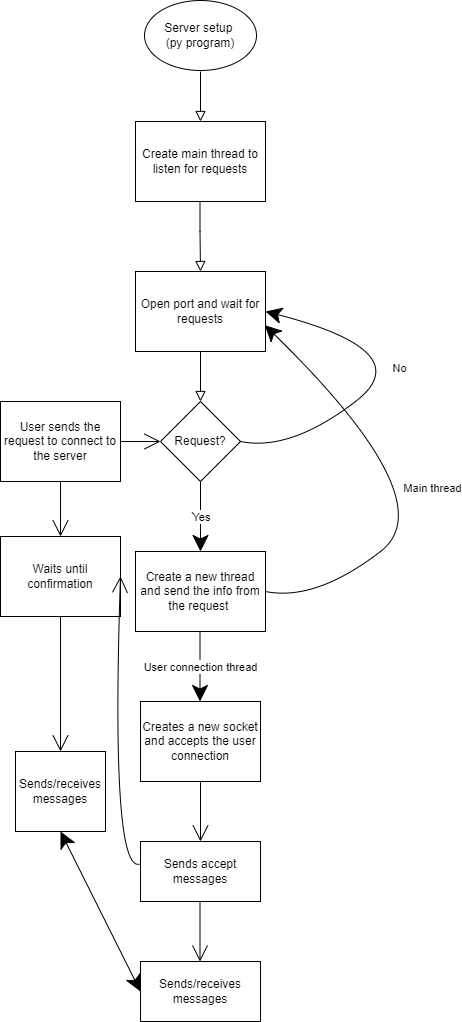
Above: CS484_proj2_flowchart.png in cd2323/hello-world (draw.io), before the change. Source tidied: cells renumbered, new cells last; positions are measured from the earlier drawing's top-left corner, leaving out a move shared by most shapes. The source it was exported from:
```xml
<mxGraphModel>
  <root>
    <mxCell id="0" />
    <mxCell id="1" parent="0" />
    <mxCell id="2" style="rounded=0;html=1;jettySize=auto;orthogonalLoop=1;fontSize=11;endArrow=block;endFill=0;endSize=8;strokeWidth=1;shadow=0;labelBackgroundColor=none;edgeStyle=orthogonalEdgeStyle;" parent="1" edge="1">
      <mxGeometry relative="1" as="geometry">
        <mxPoint x="200" y="71" as="sourcePoint" />
        <mxPoint x="200" y="121" as="targetPoint" />
      </mxGeometry>
    </mxCell>
    <mxCell id="3" value="No" style="edgeStyle=orthogonalEdgeStyle;rounded=0;html=1;jettySize=auto;fontSize=11;endArrow=block;endFill=0;endSize=8;strokeWidth=1;shadow=0;labelBackgroundColor=none;" parent="1" edge="1" target="x">
      <mxGeometry y="10" relative="1" as="geometry">
        <mxPoint x="250" y="161" as="sourcePoint" />
      </mxGeometry>
    </mxCell>
    <mxCell id="4" value="No" style="rounded=0;html=1;jettySize=auto;fontSize=11;endArrow=block;endFill=0;endSize=8;strokeWidth=1;shadow=0;labelBackgroundColor=none;edgeStyle=orthogonalEdgeStyle;" parent="1" edge="1" target="x">
      <mxGeometry x="0.33" y="20" relative="1" as="geometry">
        <mxPoint x="200" y="321" as="sourcePoint" />
      </mxGeometry>
    </mxCell>
    <mxCell id="5" value="Yes" style="edgeStyle=orthogonalEdgeStyle;rounded=0;html=1;jettySize=auto;fontSize=11;endArrow=block;endFill=0;endSize=8;strokeWidth=1;shadow=0;labelBackgroundColor=none;" parent="1" edge="1" source="x">
      <mxGeometry y="10" relative="1" as="geometry">
        <mxPoint x="300" y="281" as="targetPoint" />
      </mxGeometry>
    </mxCell>
    <mxCell id="6" value="Server setup &lt;br&gt;(py program)&lt;br&gt;" style="ellipse;whiteSpace=wrap;html=1;hachureGap=4;" parent="1" vertex="1">
      <mxGeometry x="144" width="112" height="70" as="geometry" />
    </mxCell>
    <mxCell id="7" value="Create main thread to listen for requests" style="rounded=0;whiteSpace=wrap;html=1;hachureGap=4;" parent="1" vertex="1">
      <mxGeometry x="135" y="121" width="130" height="80" as="geometry" />
    </mxCell>
    <mxCell id="8" style="rounded=0;html=1;jettySize=auto;orthogonalLoop=1;fontSize=11;endArrow=block;endFill=0;endSize=8;strokeWidth=1;shadow=0;labelBackgroundColor=none;edgeStyle=orthogonalEdgeStyle;" parent="1" edge="1">
      <mxGeometry relative="1" as="geometry">
        <mxPoint x="199.5" y="201" as="sourcePoint" />
        <mxPoint x="200" y="271" as="targetPoint" />
        <Array as="points">
          <mxPoint x="200" y="231" />
          <mxPoint x="200" y="231" />
        </Array>
      </mxGeometry>
    </mxCell>
    <mxCell id="9" value="Open port and wait for requests" style="rounded=0;whiteSpace=wrap;html=1;hachureGap=4;" parent="1" vertex="1">
      <mxGeometry x="135" y="271" width="130" height="80" as="geometry" />
    </mxCell>
    <mxCell id="10" value="Request?" style="rhombus;whiteSpace=wrap;html=1;hachureGap=4;" parent="1" vertex="1">
      <mxGeometry x="160" y="401" width="80" height="80" as="geometry" />
    </mxCell>
    <mxCell id="11" style="rounded=0;html=1;jettySize=auto;fontSize=11;endArrow=block;endFill=0;endSize=8;strokeWidth=1;shadow=0;labelBackgroundColor=none;edgeStyle=orthogonalEdgeStyle;entryX=0.5;entryY=0;entryDx=0;entryDy=0;" parent="1" edge="1" target="10">
      <mxGeometry relative="1" as="geometry">
        <mxPoint x="200" y="351" as="sourcePoint" />
      </mxGeometry>
    </mxCell>
    <mxCell id="12" style="endArrow=classic;html=1;rounded=0;startSize=14;endSize=14;sourcePerimeterSpacing=8;targetPerimeterSpacing=8;curved=1;entryX=1;entryY=0.5;entryDx=0;entryDy=0;exitX=1;exitY=0.5;exitDx=0;exitDy=0;" parent="1" edge="1" source="10" target="9">
      <mxGeometry relative="1" as="geometry">
        <Array as="points">
          <mxPoint x="290" y="451" />
          <mxPoint x="420" y="351" />
        </Array>
      </mxGeometry>
    </mxCell>
    <mxCell id="13" value="No" style="edgeLabel;html=1;align=center;verticalAlign=middle;hachureGap=4;" parent="12" vertex="1">
      <mxGeometry relative="1" as="geometry" />
    </mxCell>
    <mxCell id="14" value="Yes" style="endArrow=classic;html=1;rounded=0;startSize=14;endSize=14;sourcePerimeterSpacing=8;targetPerimeterSpacing=8;curved=1;exitX=0.5;exitY=1;exitDx=0;exitDy=0;" parent="1" edge="1" source="10">
      <mxGeometry relative="1" as="geometry">
        <mxPoint x="200" y="551" as="targetPoint" />
      </mxGeometry>
    </mxCell>
    <mxCell id="15" value="Yes" style="edgeLabel;html=1;align=center;verticalAlign=middle;hachureGap=4;" parent="14" vertex="1">
      <mxGeometry relative="1" as="geometry" />
    </mxCell>
    <mxCell id="16" value="Create a new thread and send the info from the request&amp;nbsp;" style="rounded=0;whiteSpace=wrap;html=1;hachureGap=4;" parent="1" vertex="1">
      <mxGeometry x="135" y="551" width="130" height="80" as="geometry" />
    </mxCell>
    <mxCell id="17" style="endArrow=classic;html=1;rounded=0;startSize=14;endSize=14;sourcePerimeterSpacing=8;targetPerimeterSpacing=8;curved=1;entryX=0.995;entryY=0.671;entryDx=0;entryDy=0;exitX=1;exitY=0.5;exitDx=0;exitDy=0;entryPerimeter=0;" parent="1" edge="1" target="9">
      <mxGeometry relative="1" as="geometry">
        <mxPoint x="265" y="591" as="sourcePoint" />
        <Array as="points">
          <mxPoint x="315" y="601" />
          <mxPoint x="445" y="501" />
        </Array>
      </mxGeometry>
    </mxCell>
    <mxCell id="18" value="Main thread" style="edgeLabel;html=1;align=center;verticalAlign=middle;hachureGap=4;" parent="17" vertex="1">
      <mxGeometry relative="1" as="geometry" />
    </mxCell>
    <mxCell id="19" value="Yes" style="endArrow=classic;html=1;rounded=0;startSize=14;endSize=14;sourcePerimeterSpacing=8;targetPerimeterSpacing=8;curved=1;exitX=0.5;exitY=1;exitDx=0;exitDy=0;" parent="1" edge="1">
      <mxGeometry relative="1" as="geometry">
        <mxPoint x="199.5" y="631" as="sourcePoint" />
        <mxPoint x="199.5" y="701" as="targetPoint" />
      </mxGeometry>
    </mxCell>
    <mxCell id="20" value="User connection thread" style="edgeLabel;html=1;align=center;verticalAlign=middle;hachureGap=4;" parent="19" vertex="1">
      <mxGeometry relative="1" as="geometry" />
    </mxCell>
    <mxCell id="21" value="User sends the request to connect to the server" style="rounded=0;whiteSpace=wrap;html=1;hachureGap=4;" parent="1" vertex="1">
      <mxGeometry y="401" width="120" height="80" as="geometry" />
    </mxCell>
    <mxCell id="22" style="edgeStyle=none;jettySize=auto;html=1;rounded=0;endArrow=open;startSize=14;endSize=14;sourcePerimeterSpacing=8;targetPerimeterSpacing=8;curved=1;entryX=0;entryY=0.5;entryDx=0;entryDy=0;exitX=1;exitY=0.5;exitDx=0;exitDy=0;" parent="1" edge="1" source="21" target="10">
      <mxGeometry relative="1" as="geometry" />
    </mxCell>
    <mxCell id="23" value="Waits until confirmation" style="rounded=0;whiteSpace=wrap;html=1;hachureGap=4;" parent="1" vertex="1">
      <mxGeometry y="536" width="120" height="80" as="geometry" />
    </mxCell>
    <mxCell id="24" style="edgeStyle=none;jettySize=auto;html=1;rounded=0;endArrow=open;startSize=14;endSize=14;sourcePerimeterSpacing=8;targetPerimeterSpacing=8;curved=1;exitX=0.5;exitY=1;exitDx=0;exitDy=0;entryX=0.5;entryY=0;entryDx=0;entryDy=0;" parent="1" edge="1" source="21" target="23">
      <mxGeometry relative="1" as="geometry" />
    </mxCell>
    <mxCell id="25" style="edgeStyle=none;jettySize=auto;html=1;rounded=0;endArrow=open;startSize=14;endSize=14;sourcePerimeterSpacing=8;targetPerimeterSpacing=8;curved=1;exitX=0.5;exitY=1;exitDx=0;exitDy=0;" parent="1" edge="1" source="23">
      <mxGeometry relative="1" as="geometry">
        <mxPoint x="60" y="751" as="targetPoint" />
      </mxGeometry>
    </mxCell>
    <mxCell id="26" value="Sends/receives messages" style="rounded=0;whiteSpace=wrap;html=1;hachureGap=4;" parent="1" vertex="1">
      <mxGeometry x="15" y="751" width="90" height="80" as="geometry" />
    </mxCell>
    <mxCell id="27" value="Creates a new socket and accepts the user connection" style="rounded=0;whiteSpace=wrap;html=1;hachureGap=4;" parent="1" vertex="1">
      <mxGeometry x="140" y="701" width="120" height="80" as="geometry" />
    </mxCell>
    <mxCell id="28" style="edgeStyle=none;jettySize=auto;html=1;rounded=0;endArrow=open;startSize=14;endSize=14;sourcePerimeterSpacing=8;targetPerimeterSpacing=8;curved=1;exitX=0.5;exitY=1;exitDx=0;exitDy=0;" parent="1" edge="1" source="27">
      <mxGeometry relative="1" as="geometry">
        <mxPoint x="200" y="841" as="targetPoint" />
      </mxGeometry>
    </mxCell>
    <mxCell id="29" value="Sends accept messages" style="rounded=0;whiteSpace=wrap;html=1;hachureGap=4;" parent="1" vertex="1">
      <mxGeometry x="140" y="841" width="120" height="60" as="geometry" />
    </mxCell>
    <mxCell id="30" style="edgeStyle=none;jettySize=auto;html=1;rounded=0;endArrow=open;startSize=14;endSize=14;sourcePerimeterSpacing=8;targetPerimeterSpacing=8;curved=1;entryX=1;entryY=0.5;entryDx=0;entryDy=0;exitX=-0.008;exitY=0.379;exitDx=0;exitDy=0;exitPerimeter=0;" parent="1" edge="1" source="29" target="23">
      <mxGeometry relative="1" as="geometry">
        <Array as="points">
          <mxPoint x="110" y="871" />
        </Array>
      </mxGeometry>
    </mxCell>
    <mxCell id="31" style="edgeStyle=none;orthogonalLoop=1;jettySize=auto;html=1;rounded=0;endArrow=open;startSize=14;endSize=14;sourcePerimeterSpacing=8;targetPerimeterSpacing=8;curved=1;exitX=0.5;exitY=1;exitDx=0;exitDy=0;" parent="1" edge="1">
      <mxGeometry relative="1" as="geometry">
        <mxPoint x="199.5" y="901" as="sourcePoint" />
        <mxPoint x="199.5" y="961" as="targetPoint" />
      </mxGeometry>
    </mxCell>
    <mxCell id="32" value="Sends/receives messages" style="rounded=0;whiteSpace=wrap;html=1;hachureGap=4;" parent="1" vertex="1">
      <mxGeometry x="140" y="961" width="120" height="60" as="geometry" />
    </mxCell>
    <mxCell id="33" style="endArrow=classic;startArrow=classic;html=1;rounded=0;startSize=14;endSize=14;sourcePerimeterSpacing=8;targetPerimeterSpacing=8;curved=1;entryX=0.5;entryY=1;entryDx=0;entryDy=0;exitX=0;exitY=0.5;exitDx=0;exitDy=0;" parent="1" edge="1" source="32" target="26">
      <mxGeometry relative="1" as="geometry" />
    </mxCell>
  </root>
</mxGraphModel>
```
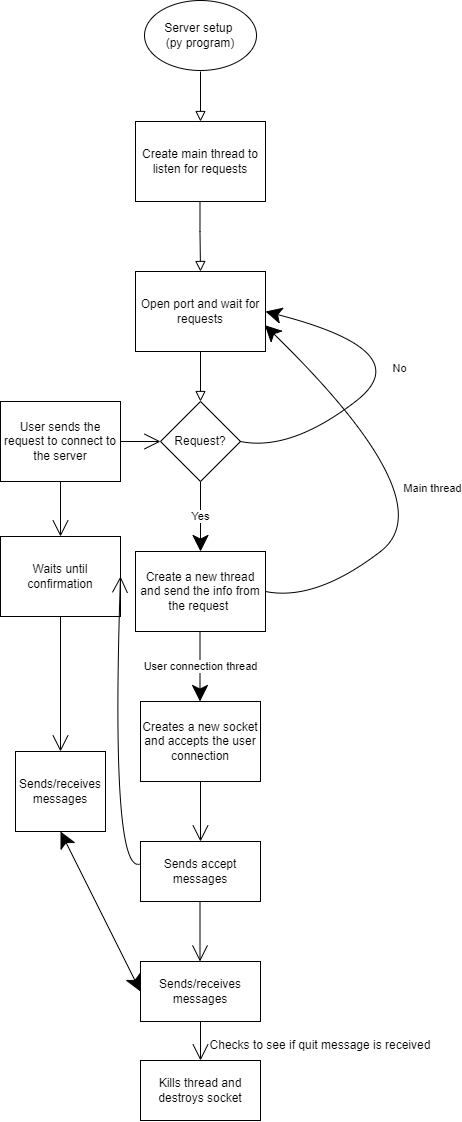
After the commit.

Change to the diagram source:
```diff
@@ -143,5 +143,14 @@
     <mxCell id="33" style="endArrow=classic;startArrow=classic;html=1;rounded=0;startSize=14;endSize=14;sourcePerimeterSpacing=8;targetPerimeterSpacing=8;curved=1;entryX=0.5;entryY=1;entryDx=0;entryDy=0;exitX=0;exitY=0.5;exitDx=0;exitDy=0;" parent="1" edge="1" source="32" target="26">
       <mxGeometry relative="1" as="geometry" />
     </mxCell>
+    <mxCell id="34" value="Kills thread and destroys socket" style="rounded=0;whiteSpace=wrap;html=1;hachureGap=4;" parent="1" vertex="1">
+      <mxGeometry x="140" y="1060" width="120" height="60" as="geometry" />
+    </mxCell>
+    <mxCell id="35" style="edgeStyle=none;jettySize=auto;html=1;rounded=0;endArrow=open;startSize=14;endSize=14;sourcePerimeterSpacing=8;targetPerimeterSpacing=8;curved=1;exitX=0.5;exitY=1;exitDx=0;exitDy=0;entryX=0.5;entryY=0;entryDx=0;entryDy=0;" parent="1" edge="1" source="32" target="34">
+      <mxGeometry relative="1" as="geometry" />
+    </mxCell>
+    <mxCell id="36" value="Checks to see if quit message is received" style="text;strokeColor=none;fillColor=none;html=1;align=center;verticalAlign=middle;whiteSpace=wrap;rounded=0;hachureGap=4;" parent="1" vertex="1">
+      <mxGeometry x="200" y="1030" width="240" height="30" as="geometry" />
+    </mxCell>
   </root>
 </mxGraphModel>
```
